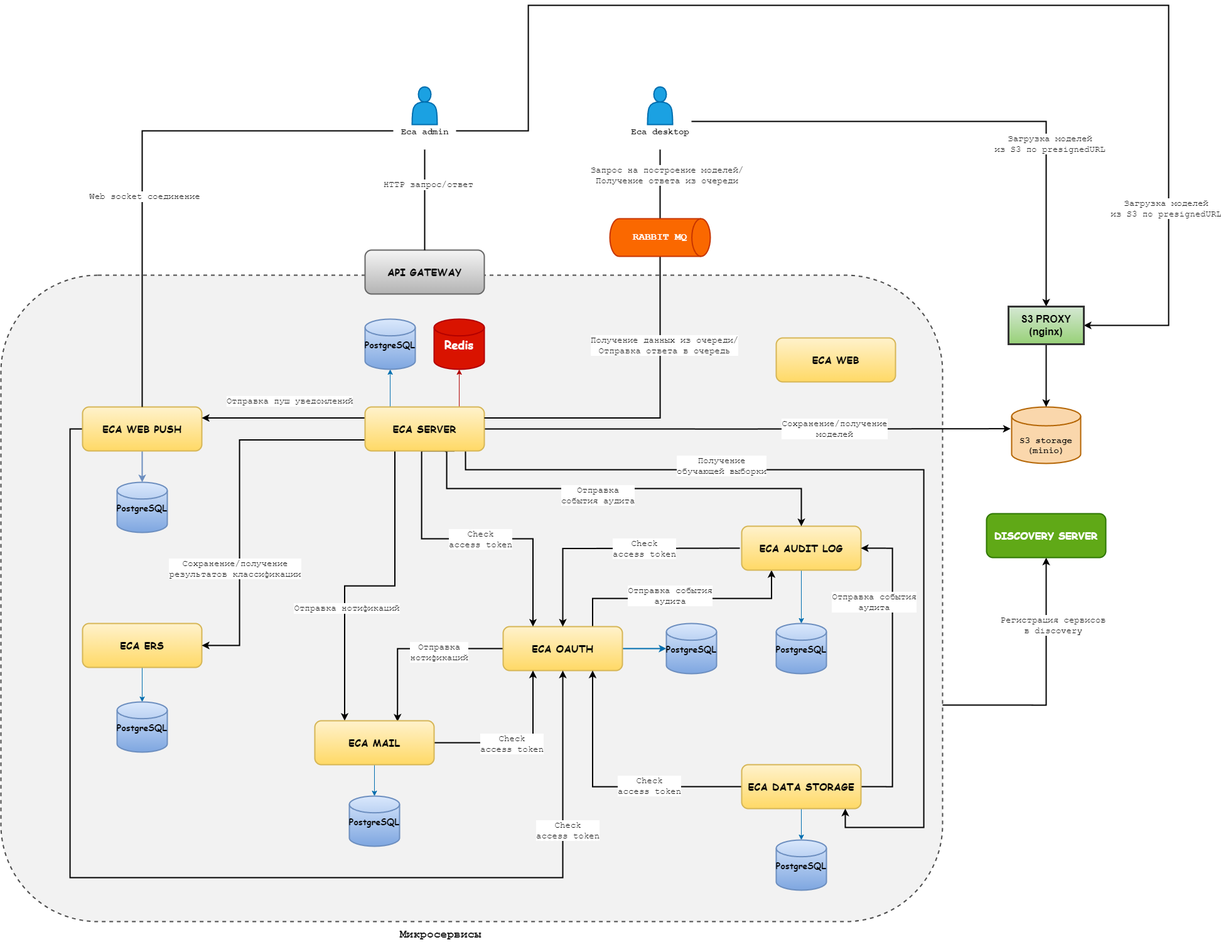
Earlier version of the draw.io export doc/images/es-architecture.png (Stonnos/eca-service). Source tidied: cells renumbered, new cells last; positions are measured from the earlier drawing's top-left corner, leaving out a move shared by most shapes.
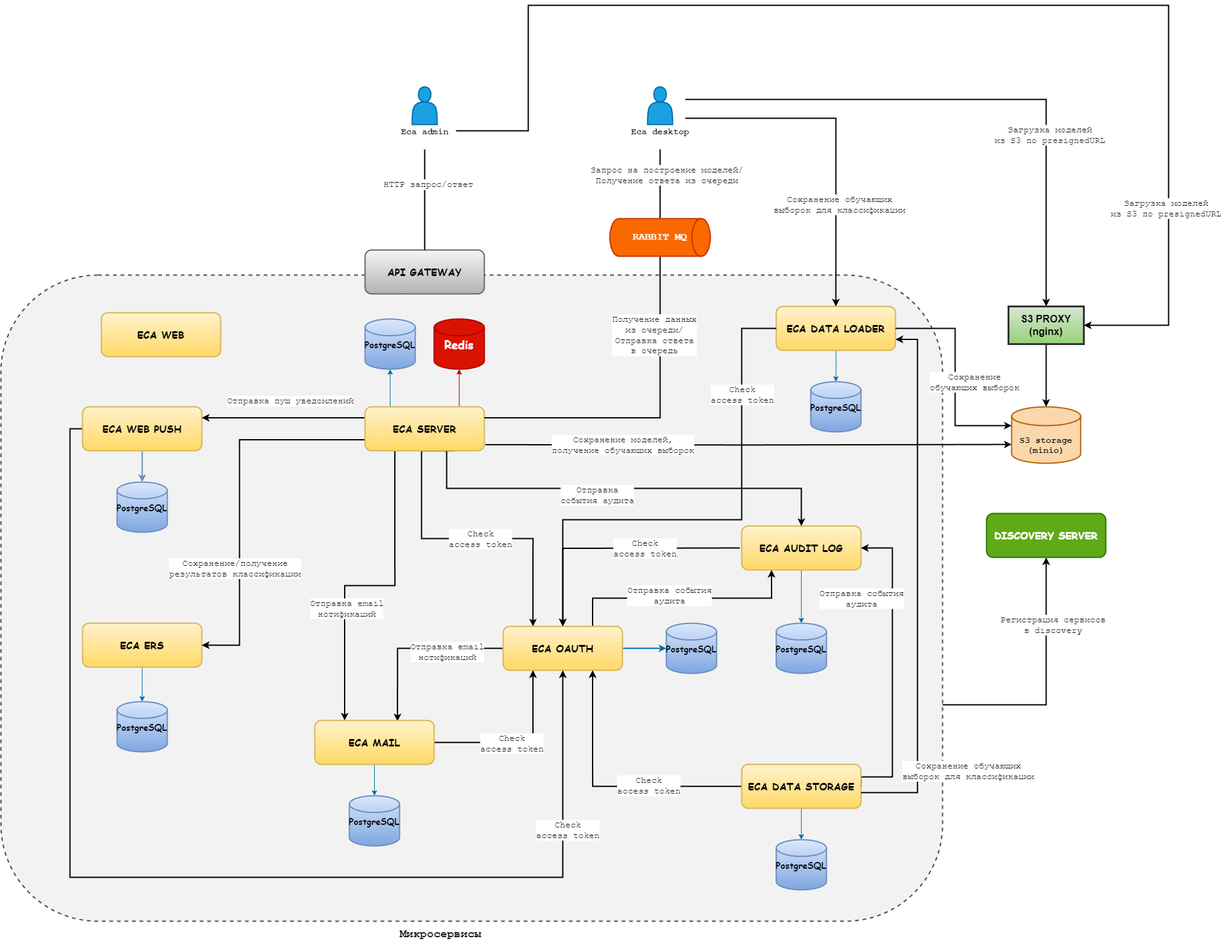
The same diagram one commit later.

What changed in the source:
```diff
@@ -17,8 +17,10 @@
     <mxCell id="6" style="edgeStyle=orthogonalEdgeStyle;rounded=0;jettySize=auto;html=1;exitX=0;exitY=0.5;exitDx=0;exitDy=0;entryX=0.693;entryY=0.019;entryDx=0;entryDy=0;entryPerimeter=0;fontFamily=Courier New;fontSize=14;fontColor=#1A1A1A;endArrow=classic;endFill=1;strokeWidth=2;" parent="1" edge="1" source="11" target="48">
       <mxGeometry relative="1" as="geometry" />
     </mxCell>
-    <mxCell id="7" value="Отправка&lt;br&gt;нотификаций" style="edgeLabel;html=1;align=center;verticalAlign=middle;fontSize=14;fontFamily=Courier New;fontColor=#1A1A1A;" parent="6" vertex="1">
-      <mxGeometry x="-0.27" y="5" relative="1" as="geometry" />
+    <mxCell id="7" value="Отправка email&lt;br&gt;нотификаций" style="edgeLabel;html=1;align=center;verticalAlign=middle;fontSize=14;fontFamily=Courier New;fontColor=#1A1A1A;" parent="6" vertex="1">
+      <mxGeometry x="-0.27" y="5" relative="1" as="geometry">
+        <mxPoint x="13" as="offset" />
+      </mxGeometry>
     </mxCell>
     <mxCell id="8" style="edgeStyle=orthogonalEdgeStyle;rounded=0;jettySize=auto;html=1;exitX=1;exitY=0.5;exitDx=0;exitDy=0;entryX=0;entryY=0.5;entryDx=0;entryDy=0;entryPerimeter=0;fontFamily=Courier New;fontSize=14;fontColor=#1A1A1A;endArrow=classic;endFill=1;strokeWidth=2;fillColor=#1ba1e2;strokeColor=#006EAF;" parent="1" edge="1" source="11" target="51">
       <mxGeometry relative="1" as="geometry" />
@@ -35,7 +37,7 @@
       <mxGeometry x="800" y="990" width="190" height="70" as="geometry" />
     </mxCell>
     <mxCell id="12" value="&lt;font face=&quot;Comic Sans MS&quot;&gt;&lt;span style=&quot;font-size: 16px;&quot;&gt;&lt;b&gt;ECA WEB&lt;/b&gt;&lt;/span&gt;&lt;/font&gt;" style="rounded=1;whiteSpace=wrap;html=1;strokeColor=#d6b656;strokeWidth=2;fillColor=#fff2cc;gradientColor=#ffd966;" parent="1" vertex="1">
-      <mxGeometry x="1235" y="530" width="190" height="70" as="geometry" />
+      <mxGeometry x="160" y="490" width="190" height="70" as="geometry" />
     </mxCell>
     <mxCell id="13" style="edgeStyle=orthogonalEdgeStyle;rounded=0;jettySize=auto;html=1;exitX=0.5;exitY=1;exitDx=0;exitDy=0;entryX=0.5;entryY=0;entryDx=0;entryDy=0;entryPerimeter=0;fontFamily=Courier New;fontSize=18;fontColor=#FFFFFF;fillColor=#1ba1e2;strokeColor=#006EAF;" parent="1" edge="1" source="16" target="50">
       <mxGeometry relative="1" as="geometry" />
@@ -63,14 +65,15 @@
     <mxCell id="20" style="edgeStyle=orthogonalEdgeStyle;rounded=0;jettySize=auto;html=1;exitX=1;exitY=0.5;exitDx=0;exitDy=0;entryX=1;entryY=0.5;entryDx=0;entryDy=0;fontFamily=Courier New;fontSize=14;fontColor=#1A1A1A;endArrow=classic;endFill=1;strokeWidth=2;" parent="1" edge="1" source="22" target="16">
       <mxGeometry relative="1" as="geometry">
         <Array as="points">
-          <mxPoint x="1420" y="1245" />
+          <mxPoint x="1370" y="1230" />
+          <mxPoint x="1420" y="1230" />
           <mxPoint x="1420" y="865" />
         </Array>
       </mxGeometry>
     </mxCell>
     <mxCell id="21" value="Отправка события&lt;br&gt;аудита" style="edgeLabel;html=1;align=center;verticalAlign=middle;fontSize=14;fontFamily=Courier New;fontColor=#1A1A1A;" parent="20" vertex="1">
       <mxGeometry x="0.37" y="-2" relative="1" as="geometry">
-        <mxPoint x="-32" y="-17" as="offset" />
+        <mxPoint x="-52" y="-21" as="offset" />
       </mxGeometry>
     </mxCell>
     <mxCell id="22" value="&lt;font face=&quot;Comic Sans MS&quot;&gt;&lt;span style=&quot;font-size: 16px;&quot;&gt;&lt;b&gt;ECA DATA STORAGE&lt;/b&gt;&lt;/span&gt;&lt;/font&gt;" style="rounded=1;whiteSpace=wrap;html=1;strokeColor=#d6b656;strokeWidth=2;fillColor=#fff2cc;gradientColor=#ffd966;" parent="1" vertex="1">
@@ -138,7 +141,7 @@
     <mxCell id="35" style="edgeStyle=orthogonalEdgeStyle;rounded=0;jettySize=auto;html=1;exitX=0.25;exitY=1;exitDx=0;exitDy=0;entryX=0.25;entryY=0;entryDx=0;entryDy=0;fontFamily=Courier New;fontSize=14;fontColor=#1A1A1A;endArrow=classic;endFill=1;strokeWidth=2;" parent="1" edge="1" source="44" target="48">
       <mxGeometry relative="1" as="geometry" />
     </mxCell>
-    <mxCell id="36" value="Отправка нотификаций" style="edgeLabel;html=1;align=center;verticalAlign=middle;fontSize=14;fontFamily=Courier New;fontColor=#1A1A1A;" parent="35" vertex="1">
+    <mxCell id="36" value="Отправка email&lt;br&gt;нотификаций" style="edgeLabel;html=1;align=center;verticalAlign=middle;fontSize=14;fontFamily=Courier New;fontColor=#1A1A1A;" parent="35" vertex="1">
       <mxGeometry x="-0.41" y="6" relative="1" as="geometry">
         <mxPoint x="-83" y="101" as="offset" />
       </mxGeometry>
@@ -172,27 +175,17 @@
         <mxPoint x="-67" y="10" as="offset" />
       </mxGeometry>
     </mxCell>
-    <mxCell id="41" style="edgeStyle=orthogonalEdgeStyle;rounded=0;jettySize=auto;html=1;exitX=1;exitY=0.5;exitDx=0;exitDy=0;entryX=-0.015;entryY=0.385;entryDx=0;entryDy=0;entryPerimeter=0;fontFamily=Courier New;fontSize=14;fontColor=#1A1A1A;endArrow=classic;endFill=1;strokeWidth=2;" parent="1" edge="1" source="44" target="69">
-      <mxGeometry relative="1" as="geometry" />
+    <mxCell id="41" style="edgeStyle=orthogonalEdgeStyle;rounded=0;orthogonalLoop=1;jettySize=auto;html=1;exitX=1;exitY=0.5;exitDx=0;exitDy=0;entryX=-0.015;entryY=0.385;entryDx=0;entryDy=0;entryPerimeter=0;fontFamily=Courier New;fontSize=14;fontColor=#1A1A1A;endArrow=classic;endFill=1;strokeWidth=2;" parent="1" edge="1">
+      <mxGeometry relative="1" as="geometry">
+        <mxPoint x="771.6" y="700.4" as="sourcePoint" />
+        <mxPoint x="1610" y="700" as="targetPoint" />
+      </mxGeometry>
     </mxCell>
-    <mxCell id="42" value="Сохранение/получение&lt;br&gt;моделей" style="edgeLabel;html=1;align=center;verticalAlign=middle;fontSize=14;fontFamily=Courier New;fontColor=#1A1A1A;" parent="41" vertex="1">
+    <mxCell id="42" value="Сохранение моделей,&lt;br&gt;получение обучающих выборок" style="edgeLabel;html=1;align=center;verticalAlign=middle;fontSize=14;fontFamily=Courier New;fontColor=#1A1A1A;" parent="41" vertex="1">
       <mxGeometry x="0.33" relative="1" as="geometry">
-        <mxPoint x="-1" as="offset" />
+        <mxPoint x="-340" as="offset" />
       </mxGeometry>
     </mxCell>
-    <mxCell id="43" style="edgeStyle=orthogonalEdgeStyle;rounded=0;orthogonalLoop=1;jettySize=auto;html=1;targetPerimeterSpacing=1;strokeWidth=2;" parent="1" edge="1">
-      <mxGeometry relative="1" as="geometry">
-        <mxPoint x="740" y="710" as="sourcePoint" />
-        <mxPoint x="1345" y="1280" as="targetPoint" />
-        <Array as="points">
-          <mxPoint x="740" y="710" />
-          <mxPoint x="740" y="740" />
-          <mxPoint x="1470" y="740" />
-          <mxPoint x="1470" y="1310" />
-          <mxPoint x="1345" y="1310" />
-        </Array>
-      </mxGeometry>
-    </mxCell>
     <mxCell id="44" value="&lt;font face=&quot;Comic Sans MS&quot;&gt;&lt;span style=&quot;font-size: 16px;&quot;&gt;&lt;b&gt;ECA SERVER&lt;/b&gt;&lt;/span&gt;&lt;/font&gt;" style="rounded=1;whiteSpace=wrap;html=1;strokeColor=#d6b656;strokeWidth=2;fillColor=#fff2cc;gradientColor=#ffd966;" parent="1" vertex="1">
       <mxGeometry x="580" y="640" width="190" height="70" as="geometry" />
     </mxCell>
@@ -236,8 +229,10 @@
         </Array>
       </mxGeometry>
     </mxCell>
-    <mxCell id="57" value="Получение данных из очереди/&lt;br&gt;Отправка ответа в очередь" style="edgeLabel;html=1;align=center;verticalAlign=middle;fontSize=14;fontFamily=Courier New;fontColor=#1A1A1A;" parent="56" vertex="1">
-      <mxGeometry x="-0.47" y="6" relative="1" as="geometry" />
+    <mxCell id="57" value="Получение данных&lt;br&gt;из очереди/&lt;br&gt;Отправка ответа&lt;br&gt;в очередь" style="edgeLabel;html=1;align=center;verticalAlign=middle;fontSize=14;fontFamily=Courier New;fontColor=#1A1A1A;" parent="56" vertex="1">
+      <mxGeometry x="-0.47" y="6" relative="1" as="geometry">
+        <mxPoint x="-16" y="-16" as="offset" />
+      </mxGeometry>
     </mxCell>
     <mxCell id="58" value="RABBIT MQ" style="strokeWidth=2;html=1;shape=mxgraph.flowchart.direct_data;whiteSpace=wrap;fontFamily=Courier New;fontSize=16;fontColor=#FFFFFF;fillColor=#fa6800;strokeColor=#C73500;fontStyle=1;" parent="1" vertex="1">
       <mxGeometry x="970" y="340" width="160" height="60" as="geometry" />
@@ -266,12 +261,6 @@
     <mxCell id="66" value="HTTP запрос/ответ" style="edgeLabel;html=1;align=center;verticalAlign=middle;fontSize=14;fontFamily=Courier New;fontColor=#1A1A1A;" parent="65" vertex="1">
       <mxGeometry x="-0.3" y="5" relative="1" as="geometry" />
     </mxCell>
-    <mxCell id="67" style="edgeStyle=orthogonalEdgeStyle;rounded=0;jettySize=auto;html=1;exitX=0;exitY=0.5;exitDx=0;exitDy=0;entryX=0.5;entryY=0;entryDx=0;entryDy=0;fontFamily=Courier New;fontSize=14;fontColor=#1A1A1A;endArrow=none;endFill=0;strokeWidth=2;" parent="1" edge="1" source="64" target="26">
-      <mxGeometry relative="1" as="geometry" />
-    </mxCell>
-    <mxCell id="68" value="Web socket соединение" style="edgeLabel;html=1;align=center;verticalAlign=middle;fontSize=14;fontFamily=Courier New;fontColor=#1A1A1A;" parent="67" vertex="1">
-      <mxGeometry x="0.2" y="3" relative="1" as="geometry" />
-    </mxCell>
     <mxCell id="69" value="&lt;b&gt;&lt;br&gt;&lt;br&gt;S3 storage&lt;br&gt;(minio)&lt;br&gt;&lt;/b&gt;" style="strokeWidth=2;html=1;shape=mxgraph.flowchart.database;whiteSpace=wrap;fontFamily=Courier New;fontSize=14;fillColor=#fad7ac;strokeColor=#b46504;" parent="1" vertex="1">
       <mxGeometry x="1610" y="640" width="110" height="90" as="geometry" />
     </mxCell>
@@ -293,8 +282,14 @@
     <mxCell id="73" value="&lt;font face=&quot;Comic Sans MS&quot;&gt;&lt;span style=&quot;font-size: 16px;&quot;&gt;&lt;b&gt;DISCOVERY SERVER&lt;/b&gt;&lt;/span&gt;&lt;/font&gt;" style="rounded=1;whiteSpace=wrap;html=1;strokeColor=#2D7600;strokeWidth=2;fillColor=#60a917;fontColor=#ffffff;" parent="1" vertex="1">
       <mxGeometry x="1570" y="810" width="190" height="70" as="geometry" />
     </mxCell>
-    <mxCell id="74" style="edgeStyle=orthogonalEdgeStyle;rounded=0;jettySize=auto;html=1;exitX=1;exitY=0.25;exitDx=0;exitDy=0;entryX=0.5;entryY=0;entryDx=0;entryDy=0;fontFamily=Courier New;fontSize=14;fontColor=#1A1A1A;endArrow=classic;endFill=1;strokeWidth=2;" parent="1" edge="1" source="61" target="79">
-      <mxGeometry relative="1" as="geometry" />
+    <mxCell id="74" style="edgeStyle=orthogonalEdgeStyle;rounded=0;jettySize=auto;html=1;entryX=0.5;entryY=0;entryDx=0;entryDy=0;fontFamily=Courier New;fontSize=14;fontColor=#1A1A1A;endArrow=classic;endFill=1;strokeWidth=2;" parent="1" edge="1" target="79">
+      <mxGeometry relative="1" as="geometry">
+        <mxPoint x="1090" y="150" as="sourcePoint" />
+        <Array as="points">
+          <mxPoint x="1100" y="150" />
+          <mxPoint x="1665" y="150" />
+        </Array>
+      </mxGeometry>
     </mxCell>
     <mxCell id="75" value="Загрузка моделей&lt;br&gt;из S3 по presignedURL" style="edgeLabel;html=1;align=center;verticalAlign=middle;fontSize=14;fontFamily=Courier New;fontColor=#1A1A1A;" parent="74" vertex="1">
       <mxGeometry x="0.4" y="5" relative="1" as="geometry" />
@@ -321,10 +316,72 @@
     <mxCell id="80" value="&lt;b&gt;&lt;font style=&quot;font-size: 14px;&quot;&gt;PostgreSQL&lt;/font&gt;&lt;/b&gt;" style="strokeWidth=2;html=1;shape=mxgraph.flowchart.database;whiteSpace=wrap;fontFamily=Comic Sans MS;fontSize=16;fillColor=#dae8fc;gradientColor=#7ea6e0;strokeColor=#6c8ebf;" parent="1" vertex="1">
       <mxGeometry x="185" y="760" width="80" height="80" as="geometry" />
     </mxCell>
-    <mxCell id="81" value="Получение&lt;br&gt;обучающей выборки" style="edgeLabel;html=1;align=center;verticalAlign=middle;fontSize=14;fontFamily=Courier New;fontColor=#1A1A1A;" parent="1" vertex="1">
-      <mxGeometry x="1160" y="740" as="geometry">
-        <mxPoint x="-13" y="-7" as="offset" />
-      </mxGeometry>
-    </mxCell>
+    <mxCell id="82" value="&lt;font face=&quot;Comic Sans MS&quot;&gt;&lt;span style=&quot;font-size: 16px;&quot;&gt;&lt;b&gt;ECA DATA LOADER&lt;/b&gt;&lt;/span&gt;&lt;/font&gt;" style="rounded=1;whiteSpace=wrap;html=1;strokeColor=#d6b656;strokeWidth=2;fillColor=#fff2cc;gradientColor=#ffd966;" parent="1" vertex="1">
+      <mxGeometry x="1235" y="480" width="190" height="70" as="geometry" />
+    </mxCell>
+    <mxCell id="83" style="edgeStyle=orthogonalEdgeStyle;rounded=0;jettySize=auto;html=1;entryX=0;entryY=0.333;entryDx=0;entryDy=0;entryPerimeter=0;fontFamily=Courier New;fontSize=14;fontColor=#1A1A1A;endArrow=classic;endFill=1;strokeWidth=2;" parent="1" edge="1" target="69">
+      <mxGeometry relative="1" as="geometry">
+        <mxPoint x="1425" y="515" as="sourcePoint" />
+        <Array as="points">
+          <mxPoint x="1520" y="515" />
+          <mxPoint x="1520" y="670" />
+        </Array>
+      </mxGeometry>
+    </mxCell>
+    <mxCell id="84" value="Сохранение&lt;br&gt;обучающих выборок" style="edgeLabel;html=1;align=center;verticalAlign=middle;fontSize=14;fontFamily=Courier New;fontColor=#1A1A1A;" parent="83" vertex="1">
+      <mxGeometry x="0.33" relative="1" as="geometry">
+        <mxPoint x="30" y="-47" as="offset" />
+      </mxGeometry>
+    </mxCell>
+    <mxCell id="85" style="edgeStyle=orthogonalEdgeStyle;rounded=0;jettySize=auto;html=1;entryX=0.5;entryY=0;entryDx=0;entryDy=0;fontFamily=Courier New;fontSize=14;fontColor=#1A1A1A;endArrow=classic;endFill=1;strokeWidth=2;" parent="1" edge="1" target="82">
+      <mxGeometry relative="1" as="geometry">
+        <mxPoint x="1090" y="180" as="sourcePoint" />
+        <Array as="points">
+          <mxPoint x="1330" y="180" />
+        </Array>
+      </mxGeometry>
+    </mxCell>
+    <mxCell id="86" value="Сохранение обучающих&lt;br&gt;выборок для классификации" style="edgeLabel;html=1;align=center;verticalAlign=middle;fontSize=14;fontFamily=Courier New;fontColor=#1A1A1A;" parent="85" vertex="1">
+      <mxGeometry x="0.4" y="5" relative="1" as="geometry" />
+    </mxCell>
+    <mxCell id="87" style="edgeStyle=orthogonalEdgeStyle;rounded=0;jettySize=auto;html=1;entryX=0.5;entryY=0;entryDx=0;entryDy=0;entryPerimeter=0;fontFamily=Courier New;fontSize=18;fontColor=#FFFFFF;fillColor=#1ba1e2;strokeColor=#006EAF;" parent="1" edge="1" target="88">
+      <mxGeometry relative="1" as="geometry">
+        <mxPoint x="1330" y="551" as="sourcePoint" />
+      </mxGeometry>
+    </mxCell>
+    <mxCell id="88" value="&lt;b&gt;&lt;font style=&quot;font-size: 14px;&quot;&gt;PostgreSQL&lt;/font&gt;&lt;/b&gt;" style="strokeWidth=2;html=1;shape=mxgraph.flowchart.database;whiteSpace=wrap;fontFamily=Comic Sans MS;fontSize=16;fillColor=#dae8fc;gradientColor=#7ea6e0;strokeColor=#6c8ebf;" parent="1" vertex="1">
+      <mxGeometry x="1290" y="600" width="80" height="80" as="geometry" />
+    </mxCell>
+    <mxCell id="89" style="edgeStyle=orthogonalEdgeStyle;rounded=0;jettySize=auto;html=1;entryX=1;entryY=0.665;entryDx=0;entryDy=0;entryPerimeter=0;fontFamily=Courier New;fontSize=18;fontColor=#1A1A1A;endArrow=none;endFill=0;strokeWidth=2;startArrow=classic;startFill=1;exitX=1;exitY=0.75;exitDx=0;exitDy=0;" parent="1" edge="1" source="82">
+      <mxGeometry relative="1" as="geometry">
+        <mxPoint x="1370" y="1255" as="targetPoint" />
+        <Array as="points">
+          <mxPoint x="1460" y="533" />
+          <mxPoint x="1460" y="1255" />
+        </Array>
+      </mxGeometry>
+    </mxCell>
+    <mxCell id="90" value="Сохранение обучающих&lt;br&gt;выборок для классификации" style="edgeLabel;html=1;align=center;verticalAlign=middle;fontSize=14;fontFamily=Courier New;fontColor=#1A1A1A;" parent="89" vertex="1">
+      <mxGeometry x="-0.22" y="-4" relative="1" as="geometry">
+        <mxPoint x="84" y="390" as="offset" />
+      </mxGeometry>
+    </mxCell>
+    <mxCell id="91" style="edgeStyle=orthogonalEdgeStyle;rounded=0;orthogonalLoop=1;jettySize=auto;html=1;exitX=0;exitY=0.5;exitDx=0;exitDy=0;fontFamily=Courier New;fontSize=14;fontColor=#1A1A1A;endArrow=classic;endFill=1;strokeWidth=2;" parent="1" edge="1">
+      <mxGeometry relative="1" as="geometry">
+        <mxPoint x="1235" y="515" as="sourcePoint" />
+        <mxPoint x="895" y="990" as="targetPoint" />
+        <Array as="points">
+          <mxPoint x="1180" y="516" />
+          <mxPoint x="1180" y="820" />
+          <mxPoint x="895" y="820" />
+          <mxPoint x="895" y="991" />
+        </Array>
+      </mxGeometry>
+    </mxCell>
+    <mxCell id="92" value="Check&lt;br&gt;access token" style="edgeLabel;html=1;align=center;verticalAlign=middle;fontSize=14;fontFamily=Courier New;fontColor=#1A1A1A;" parent="91" vertex="1">
+      <mxGeometry x="-0.25" relative="1" as="geometry">
+        <mxPoint y="-144" as="offset" />
+      </mxGeometry>
+    </mxCell>
   </root>
 </mxGraphModel>
```
